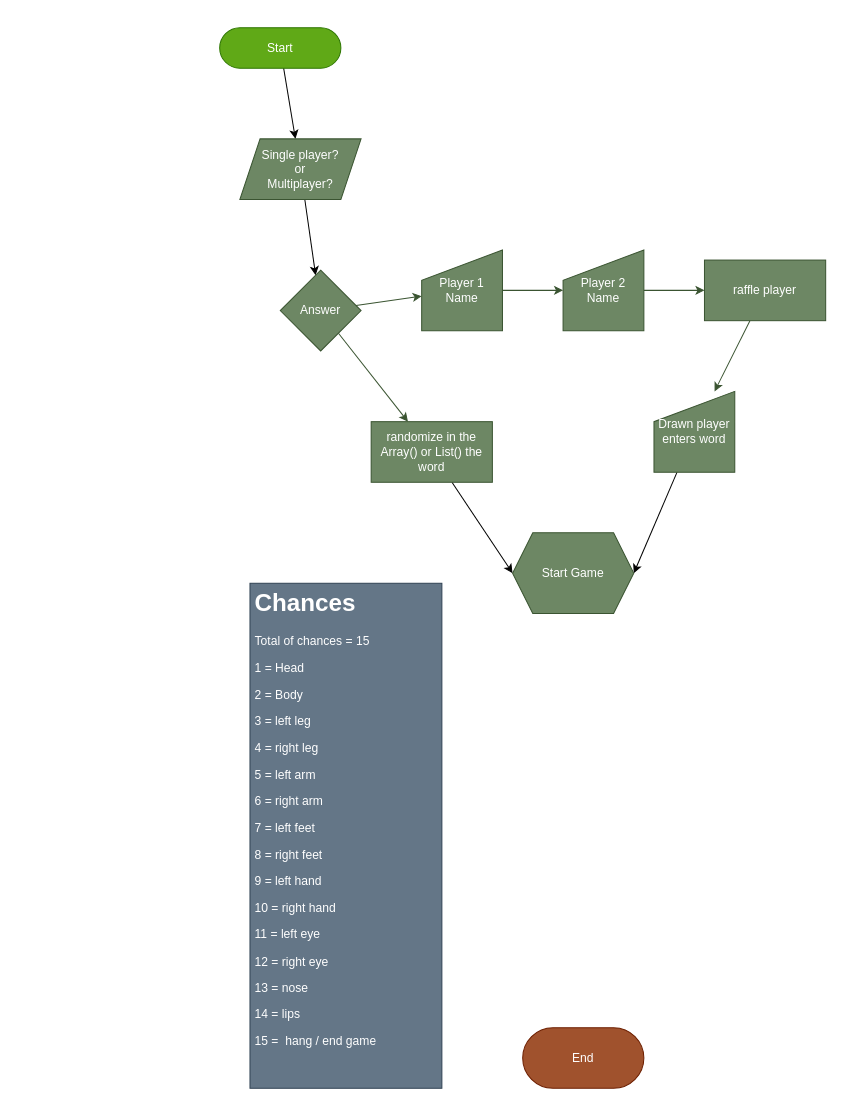
Above: jogo-da-forca/Schema.drawio in JorgeFilipe/ws-python (draw.io), before the change. Source tidied: cells renumbered, new cells numbered last; positions are measured from the earlier drawing's top-left corner, leaving out a move shared by most shapes. Both pictures are drawn from the tidied source at 101%, with x=0, y=0 at pixel (219, 27).
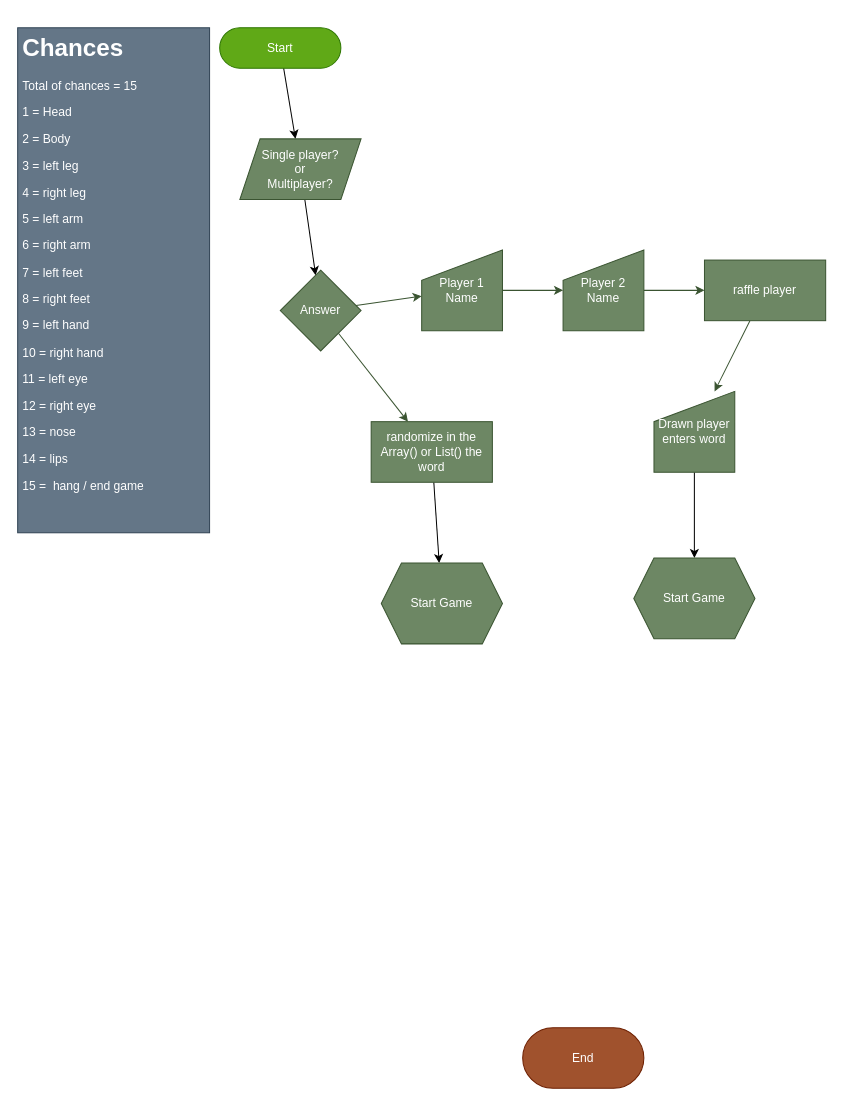
Above is the later version.

Unchanged cells that the change refers to:
```xml
<mxCell id="16" value="Drawn player enters word" style="shape=manualInput;whiteSpace=wrap;html=1;fillColor=#6d8764;fontColor=#ffffff;strokeColor=#3A5431;" parent="1" vertex="1">
  <mxGeometry x="430" y="360" width="80" height="80" as="geometry" />
</mxCell>
<mxCell id="18" value="randomize in the Array() or List() the word" style="whiteSpace=wrap;html=1;fillColor=#6d8764;fontColor=#ffffff;strokeColor=#3A5431;" parent="1" vertex="1">
  <mxGeometry x="150" y="390" width="120" height="60" as="geometry" />
</mxCell>
```

What changed in the source:
```diff
@@
-    <mxCell id="15" style="edgeStyle=none;html=1;entryX=1;entryY=0.5;entryDx=0;entryDy=0;" parent="1" edge="1" source="16" target="19">
-      <mxGeometry relative="1" as="geometry" />
-    </mxCell>
+    <mxCell id="22" style="edgeStyle=none;html=1;" parent="1" edge="1" source="16" target="23">
+      <mxGeometry relative="1" as="geometry" />
+    </mxCell>
@@
-    <mxCell id="17" style="edgeStyle=none;html=1;entryX=0;entryY=0.5;entryDx=0;entryDy=0;" parent="1" edge="1" source="18" target="19">
+    <mxCell id="17" style="edgeStyle=none;html=1;" parent="1" edge="1" source="18" target="19">
       <mxGeometry relative="1" as="geometry" />
     </mxCell>
@@
     <mxCell id="19" value="Start Game" style="shape=hexagon;perimeter=hexagonPerimeter2;whiteSpace=wrap;html=1;fixedSize=1;fillColor=#6d8764;strokeColor=#3A5431;fontColor=#ffffff;" parent="1" vertex="1">
-      <mxGeometry x="290" y="500" width="120" height="80" as="geometry" />
+      <mxGeometry x="160" y="530" width="120" height="80" as="geometry" />
     </mxCell>
     <mxCell id="20" value="&lt;h1&gt;Chances&lt;/h1&gt;&lt;p&gt;Total of chances = 15&lt;/p&gt;&lt;p&gt;1 = Head&lt;/p&gt;&lt;p&gt;2 = Body&lt;/p&gt;&lt;p&gt;3 = left leg&amp;nbsp;&lt;/p&gt;&lt;p&gt;4 = right leg&lt;/p&gt;&lt;p&gt;5 = left arm&lt;/p&gt;&lt;p&gt;6 = right arm&lt;/p&gt;&lt;p&gt;7 = left feet&lt;/p&gt;&lt;p&gt;8 = right feet&lt;/p&gt;&lt;p&gt;9 = left hand&lt;/p&gt;&lt;p&gt;10 = right hand&lt;/p&gt;&lt;p&gt;11 = left eye&lt;/p&gt;&lt;p&gt;12 = right eye&lt;/p&gt;&lt;p&gt;13 = nose&lt;/p&gt;&lt;p&gt;14 = lips&lt;/p&gt;&lt;p&gt;15 =&amp;nbsp; hang / end game&lt;/p&gt;" style="text;html=1;strokeColor=#314354;fillColor=#647687;spacing=5;spacingTop=-20;whiteSpace=wrap;overflow=hidden;rounded=0;fontColor=#ffffff;" parent="1" vertex="1">
-      <mxGeometry x="30" y="550" width="190" height="500" as="geometry" />
+      <mxGeometry x="-200" width="190" height="500" as="geometry" />
     </mxCell>
@@
+    <mxCell id="23" value="Start Game" style="shape=hexagon;perimeter=hexagonPerimeter2;whiteSpace=wrap;html=1;fixedSize=1;fillColor=#6d8764;strokeColor=#3A5431;fontColor=#ffffff;" parent="1" vertex="1">
+      <mxGeometry x="410" y="525" width="120" height="80" as="geometry" />
+    </mxCell>
```
